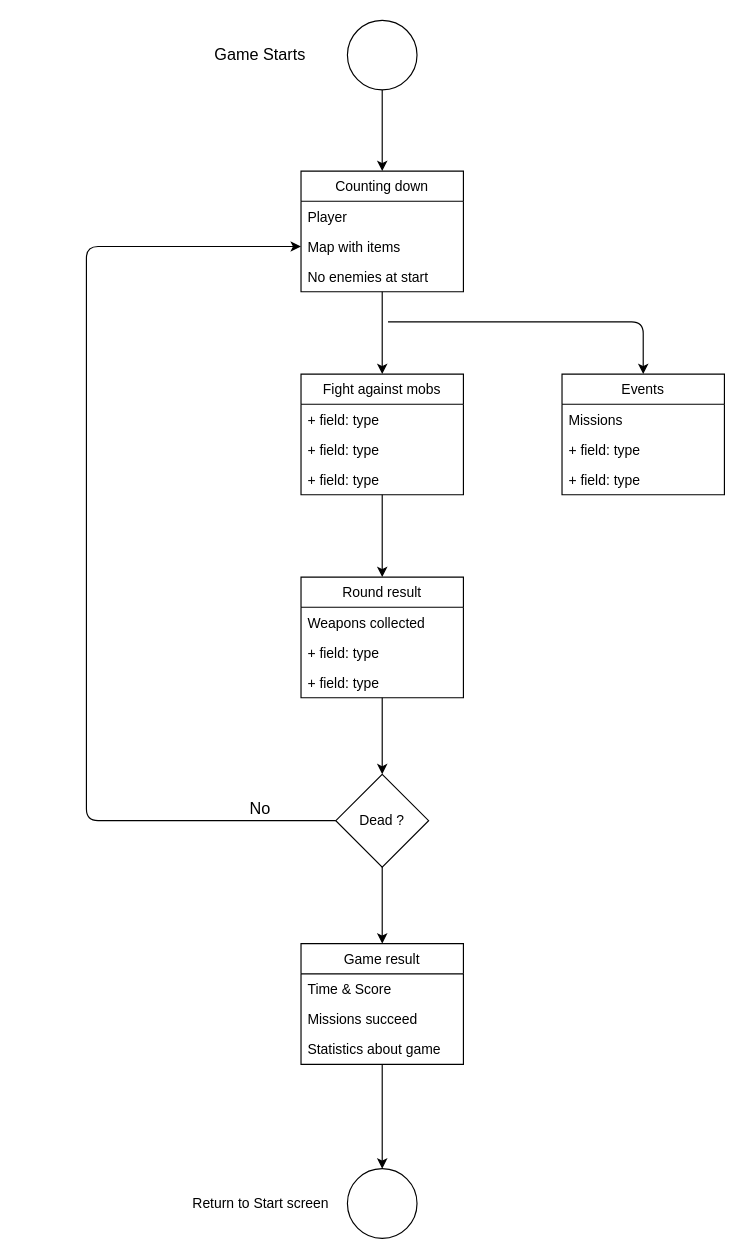
The draw.io diagram GameRunning.drawio in RomainGsd/Binus-GameDesign, before the edit. Source tidied: cells renumbered, new cells numbered last; positions are measured from the earlier drawing's top-left corner, leaving out a move shared by most shapes. Both pictures are drawn from the tidied source at 116%, with x=0, y=0 at pixel (86, 20).
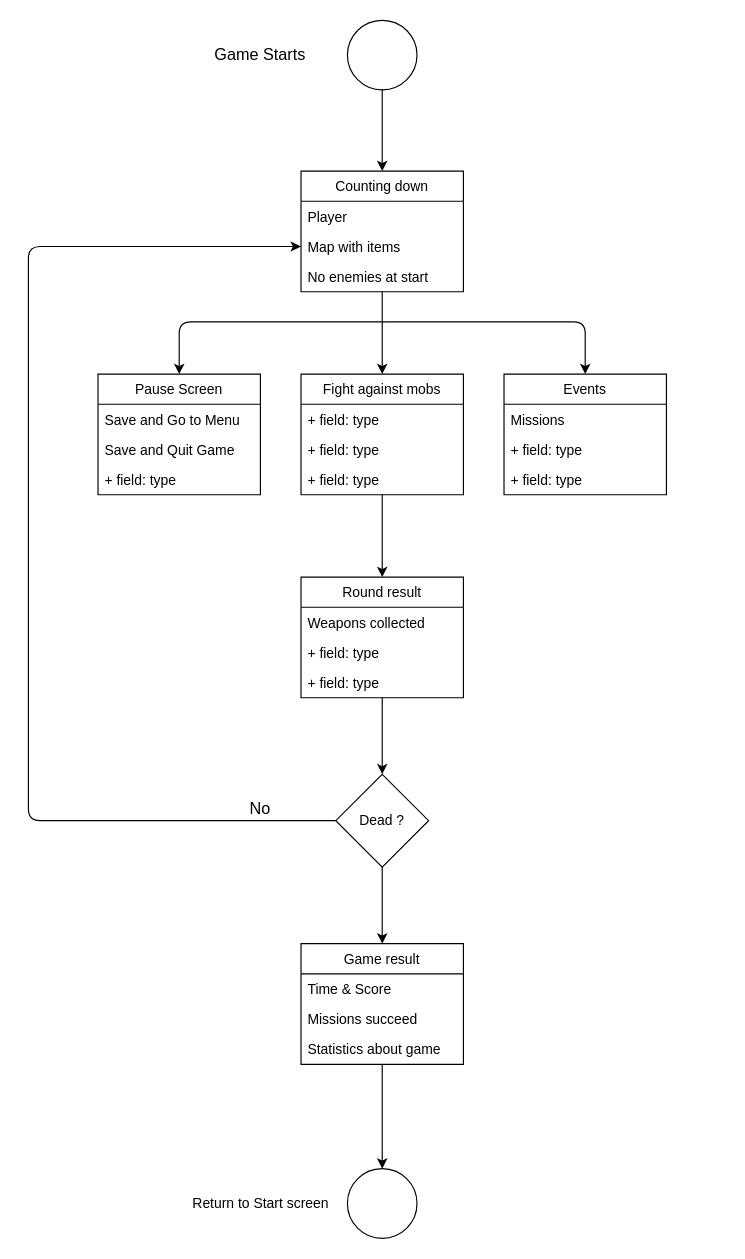
The same page after the edit.

Unchanged cells that the change refers to:
```xml
<mxCell id="6" value="Map with items" style="text;strokeColor=none;fillColor=none;align=left;verticalAlign=top;spacingLeft=4;spacingRight=4;overflow=hidden;points=[[0,0.5],[1,0.5]];portConstraint=eastwest;" parent="4" vertex="1">
  <mxGeometry y="52" width="140" height="26" as="geometry" />
</mxCell>
<mxCell id="14" value="Dead ?" style="rhombus;whiteSpace=wrap;html=1;" parent="1" vertex="1">
  <mxGeometry x="215" y="650" width="80" height="80" as="geometry" />
</mxCell>
```

Change to the diagram source:
```diff
@@
     <mxCell id="15" style="endArrow=classic;html=1;exitX=0;exitY=0.5;exitDx=0;exitDy=0;entryX=0;entryY=0.5;entryDx=0;entryDy=0;" parent="1" edge="1" source="14" target="6">
       <mxGeometry relative="1" as="geometry">
         <Array as="points">
-          <mxPoint y="690" />
-          <mxPoint y="195" />
+          <mxPoint x="-50" y="690" />
+          <mxPoint x="-50" y="195" />
         </Array>
       </mxGeometry>
     </mxCell>
@@
     <mxCell id="31" value="Events" style="swimlane;fontStyle=0;horizontal=1;startSize=26;fillColor=none;" parent="1" vertex="1">
-      <mxGeometry x="410" y="305" width="140" height="104" as="geometry" />
+      <mxGeometry x="360" y="305" width="140" height="104" as="geometry" />
     </mxCell>
@@
     <mxCell id="35" style="endArrow=classic;html=1;entryX=0.5;entryY=0;entryDx=0;entryDy=0;" parent="1" edge="1" target="31">
       <mxGeometry relative="1" as="geometry">
         <mxPoint x="260" y="260" as="sourcePoint" />
         <Array as="points">
-          <mxPoint x="480" y="260" />
+          <mxPoint x="430" y="260" />
         </Array>
       </mxGeometry>
     </mxCell>
+    <mxCell id="36" value="Pause Screen" style="swimlane;fontStyle=0;horizontal=1;startSize=26;fillColor=none;" parent="1" vertex="1">
+      <mxGeometry x="10" y="305" width="140" height="104" as="geometry" />
+    </mxCell>
+    <mxCell id="37" value="Save and Go to Menu" style="text;strokeColor=none;fillColor=none;align=left;verticalAlign=top;spacingLeft=4;spacingRight=4;overflow=hidden;" parent="36" vertex="1">
+      <mxGeometry y="26" width="140" height="26" as="geometry" />
+    </mxCell>
+    <mxCell id="38" value="Save and Quit Game" style="text;strokeColor=none;fillColor=none;align=left;verticalAlign=top;spacingLeft=4;spacingRight=4;overflow=hidden;" parent="36" vertex="1">
+      <mxGeometry y="52" width="140" height="26" as="geometry" />
+    </mxCell>
+    <mxCell id="39" value="+ field: type" style="text;strokeColor=none;fillColor=none;align=left;verticalAlign=top;spacingLeft=4;spacingRight=4;overflow=hidden;" parent="36" vertex="1">
+      <mxGeometry y="78" width="140" height="26" as="geometry" />
+    </mxCell>
+    <mxCell id="40" style="endArrow=classic;html=1;entryX=0.5;entryY=0;entryDx=0;entryDy=0;" parent="1" edge="1" target="36">
+      <mxGeometry relative="1" as="geometry">
+        <mxPoint x="260" y="260" as="sourcePoint" />
+        <Array as="points">
+          <mxPoint x="80" y="260" />
+        </Array>
+      </mxGeometry>
+    </mxCell>
```
